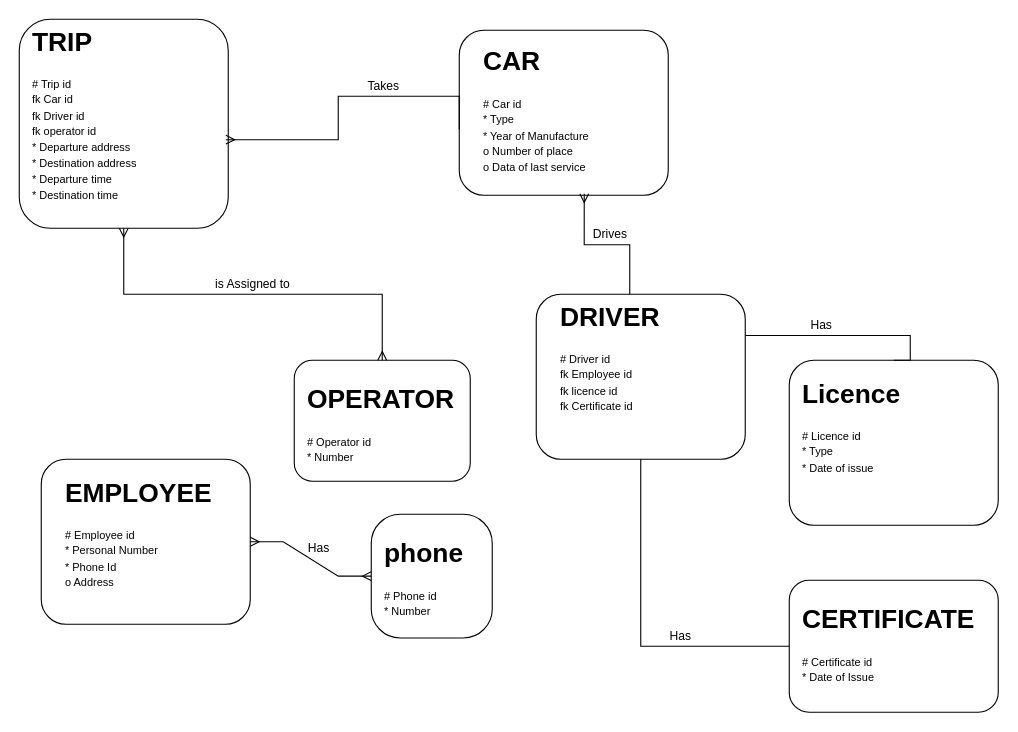
The draw.io diagram lab Diagram.drawio in Usmankhan-038/New, before the edit. Source tidied: cells renumbered, new cells numbered last; positions are measured from the earlier drawing's top-left corner, leaving out a move shared by most shapes. Both pictures are drawn from the tidied source at 110%, with x=0, y=0 at pixel (19, 19).
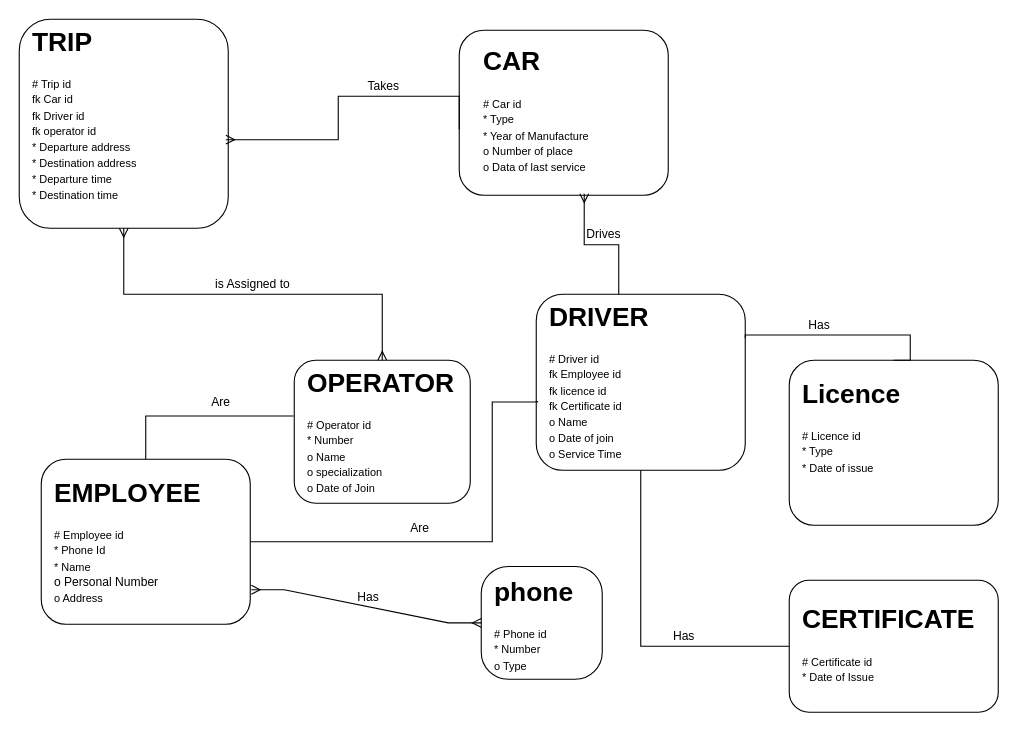
The same page after the edit.

Unchanged cells that the change refers to:
```xml
<mxCell id="2" style="rounded=1;whiteSpace=wrap;html=1;" parent="1" vertex="1">
  <mxGeometry x="20" y="400" width="190" height="150" as="geometry" />
</mxCell>
```

Change to the diagram source:
```diff
@@
-    <mxCell id="3" value="&lt;h1 style=&quot;margin-top: 0px;&quot;&gt;EMPLOYEE&lt;/h1&gt;&lt;p&gt;&lt;span style=&quot;background-color: initial; font-size: 10px;&quot;&gt;# Employee id&lt;/span&gt;&lt;br&gt;&lt;span style=&quot;background-color: initial; font-size: 10px;&quot;&gt;* Personal Number&lt;/span&gt;&lt;br&gt;&lt;span style=&quot;font-size: 10px; background-color: initial;&quot;&gt;* Phone Id&lt;/span&gt;&lt;br&gt;&lt;span style=&quot;background-color: initial; font-size: 10px;&quot;&gt;o Address&lt;/span&gt;&lt;br&gt;&lt;/p&gt;&lt;p&gt;&lt;br&gt;&lt;/p&gt;&lt;p&gt;&lt;br&gt;&lt;/p&gt;&lt;p&gt;&lt;br&gt;&lt;/p&gt;" style="text;html=1;whiteSpace=wrap;overflow=hidden;rounded=0;" parent="1" vertex="1">
-      <mxGeometry x="40" y="410" width="150" height="130" as="geometry" />
+    <mxCell id="3" value="&lt;h1 style=&quot;margin-top: 0px;&quot;&gt;EMPLOYEE&lt;/h1&gt;&lt;p&gt;&lt;span style=&quot;background-color: initial; font-size: 10px;&quot;&gt;# Employee id&lt;/span&gt;&lt;br&gt;&lt;span style=&quot;font-size: 10px; background-color: initial;&quot;&gt;* Phone Id&lt;/span&gt;&lt;br&gt;&lt;span style=&quot;font-size: 10px; background-color: initial;&quot;&gt;* Name&lt;/span&gt;&lt;br&gt;&lt;span style=&quot;font-size: 11px; background-color: initial;&quot;&gt;o Personal Number&lt;/span&gt;&lt;br&gt;&lt;span style=&quot;background-color: initial; font-size: 10px;&quot;&gt;o Address&lt;/span&gt;&lt;br&gt;&lt;/p&gt;&lt;p&gt;&lt;br&gt;&lt;/p&gt;&lt;p&gt;&lt;br&gt;&lt;/p&gt;&lt;p&gt;&lt;br&gt;&lt;/p&gt;" style="text;html=1;whiteSpace=wrap;overflow=hidden;rounded=0;" parent="1" vertex="1">
+      <mxGeometry x="30" y="410" width="150" height="130" as="geometry" />
     </mxCell>
@@
     <mxCell id="6" style="rounded=1;whiteSpace=wrap;html=1;" parent="1" vertex="1">
-      <mxGeometry x="470" y="250" width="190" height="150" as="geometry" />
+      <mxGeometry x="470" y="250" width="190" height="160" as="geometry" />
     </mxCell>
-    <mxCell id="7" value="&lt;h1 style=&quot;margin-top: 0px;&quot;&gt;DRIVER&lt;/h1&gt;&lt;p&gt;&lt;span style=&quot;background-color: initial; font-size: 10px;&quot;&gt;# Driver id&lt;/span&gt;&lt;br&gt;&lt;span style=&quot;font-size: 10px; background-color: initial;&quot;&gt;fk Employee id&lt;/span&gt;&lt;br&gt;&lt;span style=&quot;font-size: 10px; background-color: initial;&quot;&gt;fk licence id&lt;/span&gt;&lt;br&gt;&lt;span style=&quot;font-size: 10px; background-color: initial;&quot;&gt;fk Certificate id&lt;/span&gt;&lt;br&gt;&lt;/p&gt;&lt;p&gt;&lt;br&gt;&lt;/p&gt;&lt;p&gt;&lt;br&gt;&lt;/p&gt;" style="text;html=1;whiteSpace=wrap;overflow=hidden;rounded=0;" parent="1" vertex="1">
-      <mxGeometry x="490" y="250" width="130" height="120" as="geometry" />
+    <mxCell id="7" value="&lt;h1 style=&quot;margin-top: 0px;&quot;&gt;DRIVER&lt;/h1&gt;&lt;p&gt;&lt;span style=&quot;background-color: initial; font-size: 10px;&quot;&gt;# Driver id&lt;/span&gt;&lt;br&gt;&lt;span style=&quot;background-color: initial; font-size: 10px;&quot;&gt;fk Employee id&lt;/span&gt;&lt;br&gt;&lt;span style=&quot;background-color: initial; font-size: 10px;&quot;&gt;fk licence id&lt;/span&gt;&lt;br&gt;&lt;span style=&quot;background-color: initial; font-size: 10px;&quot;&gt;fk Certificate id&lt;/span&gt;&lt;br&gt;&lt;span style=&quot;background-color: initial; font-size: 10px;&quot;&gt;o Name&lt;/span&gt;&lt;br&gt;&lt;span style=&quot;background-color: initial; font-size: 10px;&quot;&gt;o Date of join&lt;/span&gt;&lt;br&gt;&lt;span style=&quot;background-color: initial; font-size: 10px;&quot;&gt;o Service Time&lt;/span&gt;&lt;br&gt;&lt;/p&gt;&lt;p&gt;&lt;br&gt;&lt;/p&gt;&lt;p&gt;&lt;br&gt;&lt;/p&gt;" style="text;html=1;whiteSpace=wrap;overflow=hidden;rounded=0;" parent="1" vertex="1">
+      <mxGeometry x="480" y="250" width="130" height="160" as="geometry" />
     </mxCell>
@@
     <mxCell id="14" style="rounded=1;whiteSpace=wrap;html=1;arcSize=24;" parent="1" vertex="1">
-      <mxGeometry x="320" y="450" width="110" height="112.5" as="geometry" />
+      <mxGeometry x="420" y="497.5" width="110" height="102.5" as="geometry" />
     </mxCell>
-    <mxCell id="15" value="&lt;h1 style=&quot;margin-top: 0px;&quot;&gt;phone&lt;/h1&gt;&lt;p&gt;&lt;span style=&quot;background-color: initial; font-size: 10px;&quot;&gt;# Phone id&lt;/span&gt;&lt;br&gt;&lt;span style=&quot;font-size: 10px;&quot;&gt;* Number&lt;/span&gt;&lt;/p&gt;&lt;p&gt;&lt;br&gt;&lt;/p&gt;&lt;p&gt;&lt;br&gt;&lt;/p&gt;" style="text;html=1;whiteSpace=wrap;overflow=hidden;rounded=0;" parent="1" vertex="1">
-      <mxGeometry x="330" y="465" width="90" height="87.5" as="geometry" />
+    <mxCell id="15" value="&lt;h1 style=&quot;margin-top: 0px;&quot;&gt;phone&lt;/h1&gt;&lt;p&gt;&lt;span style=&quot;background-color: initial; font-size: 10px;&quot;&gt;# Phone id&lt;/span&gt;&lt;br&gt;&lt;span style=&quot;font-size: 10px; background-color: initial;&quot;&gt;* Number&lt;/span&gt;&lt;br&gt;&lt;span style=&quot;font-size: 10px; background-color: initial;&quot;&gt;o Type&lt;/span&gt;&lt;br&gt;&lt;/p&gt;&lt;p&gt;&lt;br&gt;&lt;/p&gt;&lt;p&gt;&lt;br&gt;&lt;/p&gt;" style="text;html=1;whiteSpace=wrap;overflow=hidden;rounded=0;" parent="1" vertex="1">
+      <mxGeometry x="430" y="500" width="90" height="100" as="geometry" />
     </mxCell>
     <mxCell id="16" style="rounded=1;whiteSpace=wrap;html=1;" parent="1" vertex="1">
-      <mxGeometry x="250" y="310" width="160" height="110" as="geometry" />
+      <mxGeometry x="250" y="310" width="160" height="130" as="geometry" />
     </mxCell>
-    <mxCell id="17" value="&lt;h1 style=&quot;margin-top: 0px;&quot;&gt;OPERATOR&lt;/h1&gt;&lt;p&gt;&lt;span style=&quot;background-color: initial; font-size: 10px;&quot;&gt;# Operator id&lt;/span&gt;&lt;br&gt;&lt;span style=&quot;font-size: 10px;&quot;&gt;* Number&lt;/span&gt;&lt;/p&gt;&lt;p&gt;&lt;br&gt;&lt;/p&gt;&lt;p&gt;&lt;br&gt;&lt;/p&gt;" style="text;html=1;whiteSpace=wrap;overflow=hidden;rounded=0;" parent="1" vertex="1">
-      <mxGeometry x="260" y="325" width="140" height="95" as="geometry" />
+    <mxCell id="17" value="&lt;h1 style=&quot;margin-top: 0px;&quot;&gt;OPERATOR&lt;/h1&gt;&lt;p&gt;&lt;span style=&quot;background-color: initial; font-size: 10px;&quot;&gt;# Operator id&lt;/span&gt;&lt;br&gt;&lt;span style=&quot;font-size: 10px; background-color: initial;&quot;&gt;* Number&lt;/span&gt;&lt;br&gt;&lt;span style=&quot;font-size: 10px; background-color: initial;&quot;&gt;o Name&lt;/span&gt;&lt;br&gt;&lt;span style=&quot;font-size: 10px; background-color: initial;&quot;&gt;o specialization&lt;/span&gt;&lt;br&gt;&lt;span style=&quot;font-size: 10px; background-color: initial;&quot;&gt;o Date of Join&lt;/span&gt;&lt;br&gt;&lt;/p&gt;&lt;p&gt;&lt;br&gt;&lt;/p&gt;&lt;p&gt;&lt;br&gt;&lt;/p&gt;" style="text;html=1;whiteSpace=wrap;overflow=hidden;rounded=0;" parent="1" vertex="1">
+      <mxGeometry x="260" y="310" width="140" height="130" as="geometry" />
     </mxCell>
-    <mxCell id="18" style="edgeStyle=entityRelationEdgeStyle;fontSize=12;html=1;endArrow=ERmany;startArrow=ERmany;rounded=0;entryX=0;entryY=0.5;entryDx=0;entryDy=0;exitX=1;exitY=0.5;exitDx=0;exitDy=0;" parent="1" edge="1" source="2" target="14">
+    <mxCell id="18" style="edgeStyle=entityRelationEdgeStyle;fontSize=12;html=1;endArrow=ERmany;startArrow=ERmany;rounded=0;entryX=0;entryY=0.5;entryDx=0;entryDy=0;exitX=1.005;exitY=0.791;exitDx=0;exitDy=0;exitPerimeter=0;" parent="1" edge="1" source="2" target="14">
       <mxGeometry relative="1" as="geometry" />
     </mxCell>
@@
+    <mxCell id="30" style="endArrow=none;html=1;rounded=0;exitX=0.5;exitY=0;exitDx=0;exitDy=0;entryX=-0.004;entryY=0.39;entryDx=0;entryDy=0;entryPerimeter=0;edgeStyle=orthogonalEdgeStyle;" parent="1" edge="1" source="2" target="16">
+      <mxGeometry relative="1" as="geometry" />
+    </mxCell>
+    <mxCell id="31" value="Are" style="edgeLabel;html=1;align=center;verticalAlign=middle;" parent="30" vertex="1">
+      <mxGeometry x="0.55" y="-1" relative="1" as="geometry">
+        <mxPoint x="-28" y="-14" as="offset" />
+      </mxGeometry>
+    </mxCell>
+    <mxCell id="32" style="endArrow=none;html=1;rounded=0;entryX=0.009;entryY=0.61;entryDx=0;entryDy=0;entryPerimeter=0;exitX=1;exitY=0.5;exitDx=0;exitDy=0;edgeStyle=orthogonalEdgeStyle;" parent="1" edge="1" source="2" target="6">
+      <mxGeometry relative="1" as="geometry">
+        <Array as="points">
+          <mxPoint x="430" y="475" />
+          <mxPoint x="430" y="348" />
+          <mxPoint x="468" y="348" />
+        </Array>
+      </mxGeometry>
+    </mxCell>
+    <mxCell id="33" value="Are" style="edgeLabel;html=1;align=center;verticalAlign=middle;" parent="32" vertex="1">
+      <mxGeometry x="-0.22" y="-2" relative="1" as="geometry">
+        <mxPoint x="1" y="-15" as="offset" />
+      </mxGeometry>
+    </mxCell>
```
